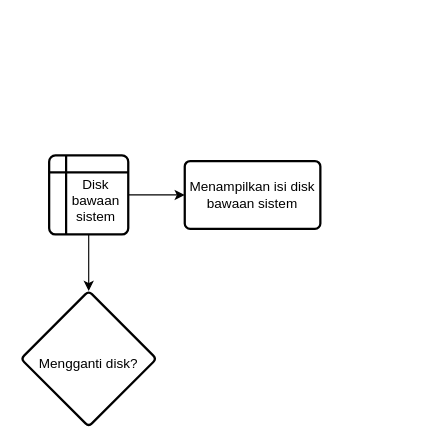
muhfajarm/laravel-file-manager keeps this draw.io diagram as page "Collage - Filemanager" (4 of 4) of FilemanagerLPMI.drawio. Above is the earlier version. Source tidied: cells renumbered, new cells numbered last; positions are measured from the earlier drawing's top-left corner, leaving out a move shared by most shapes. Both pictures are drawn from the tidied source at 113%, with x=0, y=0 at pixel (20, 155).
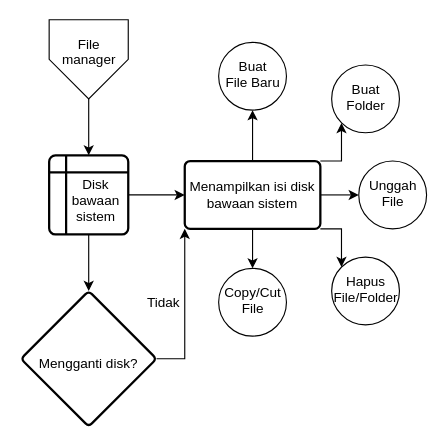
The same diagram, later.

Commit message:
Update - Collage Filemanager - FilemanagerLPMI.drawio

The change refers to these unchanged cells:
```xml
<mxCell id="4" value="&lt;div&gt;Disk&lt;/div&gt;&lt;div&gt;bawaan&lt;/div&gt;&lt;div&gt;sistem&lt;br&gt;&lt;/div&gt;" style="shape=internalStorage;whiteSpace=wrap;html=1;dx=15;dy=15;rounded=1;arcSize=8;strokeWidth=2;fontSize=12;spacingRight=2;spacingLeft=15;align=center;spacingTop=10;" parent="1" vertex="1">
  <mxGeometry x="25" width="70" height="70" as="geometry" />
</mxCell>
<mxCell id="5" value="Menampilkan isi disk bawaan sistem" style="whiteSpace=wrap;html=1;rounded=1;arcSize=8;strokeWidth=2;spacingRight=0;spacingLeft=0;" parent="1" vertex="1">
  <mxGeometry x="145" y="5" width="120" height="60" as="geometry" />
</mxCell>
<mxCell id="6" value="Mengganti disk?" style="rhombus;whiteSpace=wrap;html=1;rounded=1;arcSize=8;strokeWidth=2;spacingRight=0;spacingLeft=0;spacingTop=10;" parent="1" vertex="1">
  <mxGeometry y="120" width="120" height="120" as="geometry" />
</mxCell>
```

The edit, as a diff of the source:
```diff
@@
+    <mxCell id="7" style="edgeStyle=orthogonalEdgeStyle;rounded=0;jettySize=auto;html=1;fontSize=12;" parent="1" edge="1" source="5" target="16">
+      <mxGeometry relative="1" as="geometry" />
+    </mxCell>
+    <mxCell id="8" style="edgeStyle=orthogonalEdgeStyle;rounded=0;jettySize=auto;html=1;exitX=1;exitY=0;exitDx=0;exitDy=0;entryX=0.145;entryY=0.855;entryDx=0;entryDy=0;entryPerimeter=0;fontSize=12;" parent="1" edge="1" source="5" target="17">
+      <mxGeometry relative="1" as="geometry" />
+    </mxCell>
+    <mxCell id="9" style="edgeStyle=orthogonalEdgeStyle;rounded=0;jettySize=auto;html=1;exitX=1;exitY=0.5;exitDx=0;exitDy=0;entryX=0;entryY=0.5;entryDx=0;entryDy=0;entryPerimeter=0;fontSize=12;" parent="1" edge="1" source="5" target="18">
+      <mxGeometry relative="1" as="geometry" />
+    </mxCell>
+    <mxCell id="10" style="edgeStyle=orthogonalEdgeStyle;rounded=0;jettySize=auto;html=1;exitX=1;exitY=1;exitDx=0;exitDy=0;entryX=0.145;entryY=0.145;entryDx=0;entryDy=0;entryPerimeter=0;fontSize=12;" parent="1" edge="1" source="5" target="19">
+      <mxGeometry relative="1" as="geometry" />
+    </mxCell>
+    <mxCell id="11" style="edgeStyle=orthogonalEdgeStyle;rounded=0;jettySize=auto;html=1;exitX=0.5;exitY=1;exitDx=0;exitDy=0;entryX=0.5;entryY=0;entryDx=0;entryDy=0;entryPerimeter=0;fontSize=12;" parent="1" edge="1" source="5" target="20">
+      <mxGeometry relative="1" as="geometry" />
+    </mxCell>
@@
+    <mxCell id="12" style="edgeStyle=orthogonalEdgeStyle;rounded=0;jettySize=auto;html=1;fontSize=12;" parent="1" edge="1" source="13" target="4">
+      <mxGeometry relative="1" as="geometry" />
+    </mxCell>
+    <mxCell id="13" value="&lt;div&gt;File&lt;/div&gt;&lt;div&gt;manager&lt;/div&gt;" style="verticalLabelPosition=bottom;verticalAlign=top;html=1;shape=offPageConnector;rounded=0;size=0.5;spacing=-60;" parent="1" vertex="1">
+      <mxGeometry x="25" y="-120" width="70" height="70" as="geometry" />
+    </mxCell>
+    <mxCell id="14" style="edgeStyle=orthogonalEdgeStyle;rounded=0;jettySize=auto;html=1;fontSize=12;entryX=0;entryY=1;entryDx=0;entryDy=0;exitX=1;exitY=0.5;exitDx=0;exitDy=0;" parent="1" edge="1" source="6" target="5">
+      <mxGeometry relative="1" as="geometry" />
+    </mxCell>
+    <mxCell id="15" value="Tidak" style="edgeLabel;html=1;align=center;verticalAlign=middle;fontSize=12;" parent="14" vertex="1">
+      <mxGeometry x="0.07" y="1" relative="1" as="geometry">
+        <mxPoint x="-19" as="offset" />
+      </mxGeometry>
+    </mxCell>
+    <mxCell id="16" value="&lt;div&gt;Buat&lt;/div&gt;&lt;div&gt;File Baru&lt;br&gt;&lt;/div&gt;" style="verticalLabelPosition=bottom;verticalAlign=top;html=1;shape=mxgraph.flowchart.on-page_reference;fontSize=12;spacing=-50;" parent="1" vertex="1">
+      <mxGeometry x="175" y="-100" width="60" height="60" as="geometry" />
+    </mxCell>
+    <mxCell id="17" value="&lt;div&gt;Buat&lt;/div&gt;&lt;div&gt;Folder&lt;/div&gt;" style="verticalLabelPosition=bottom;verticalAlign=top;html=1;shape=mxgraph.flowchart.on-page_reference;fontSize=12;spacing=-50;" parent="1" vertex="1">
+      <mxGeometry x="275" y="-80" width="60" height="60" as="geometry" />
+    </mxCell>
+    <mxCell id="18" value="&lt;div&gt;Unggah&lt;/div&gt;&lt;div&gt;File&lt;br&gt;&lt;/div&gt;" style="verticalLabelPosition=bottom;verticalAlign=top;html=1;shape=mxgraph.flowchart.on-page_reference;fontSize=12;spacing=-50;" parent="1" vertex="1">
+      <mxGeometry x="299" y="5" width="60" height="60" as="geometry" />
+    </mxCell>
+    <mxCell id="19" value="&lt;div&gt;Hapus&lt;/div&gt;&lt;div&gt;File/Folder&lt;br&gt;&lt;/div&gt;" style="verticalLabelPosition=bottom;verticalAlign=top;html=1;shape=mxgraph.flowchart.on-page_reference;fontSize=12;spacing=-50;" parent="1" vertex="1">
+      <mxGeometry x="275" y="90" width="60" height="60" as="geometry" />
+    </mxCell>
+    <mxCell id="20" value="&lt;div&gt;Copy/Cut&lt;/div&gt;&lt;div&gt;File&lt;br&gt;&lt;/div&gt;" style="verticalLabelPosition=bottom;verticalAlign=top;html=1;shape=mxgraph.flowchart.on-page_reference;fontSize=12;spacing=-50;" parent="1" vertex="1">
+      <mxGeometry x="175" y="100" width="60" height="60" as="geometry" />
+    </mxCell>
```
